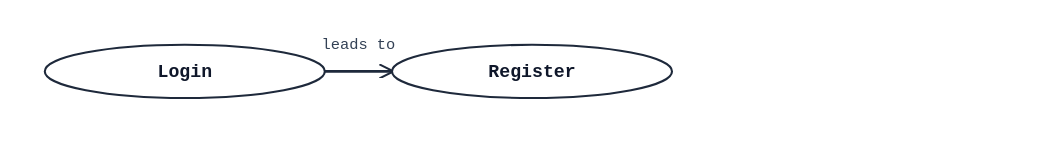
Earlier version of the PlantUML export docs/examples/usecase/01_basic.svg (alliecatowo/puml). Its source is kept beside it as docs/examples/usecase/01_basic.puml.
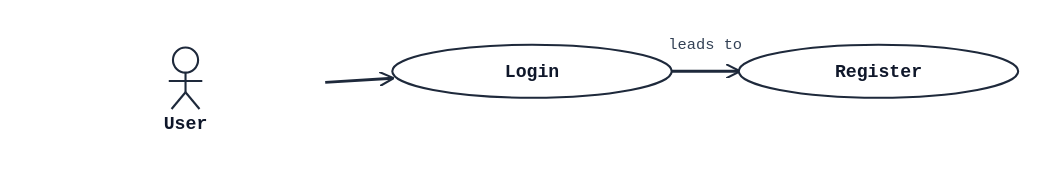
The same file after the commit.

Commit message:
Fix #475: add actor declarations to usecase fixtures and verify stick figure rendering

What changed in the source:
```diff
@@ -1,5 +1,7 @@
 @startuml
+actor User
 usecase Login
 usecase Register
+User --> Login
 Login --> Register : leads to
 @enduml
```
